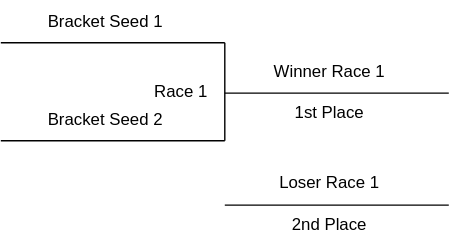
bhall2001/flyballmanager-www keeps this draw.io diagram as static/img/CanAm-championship.drawio.svg. Above is the earlier version. Source tidied: cells renumbered, new cells last; positions are measured from the earlier drawing's top-left corner, leaving out a move shared by most shapes.
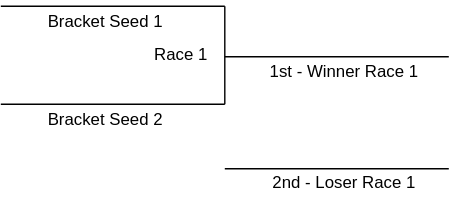
The same diagram one commit later.

The edit, as a diff of the source:
```diff
@@ -3,7 +3,7 @@
     <mxCell id="0" />
     <mxCell id="1" parent="0" />
     <mxCell id="2" style="group;" parent="1" vertex="1">
-      <mxGeometry y="30" width="320" height="70" as="geometry" />
+      <mxGeometry y="4" width="320" height="70" as="geometry" />
     </mxCell>
     <mxCell id="3" style="endArrow=none;html=1;rounded=0;" parent="2" edge="1">
       <mxGeometry relative="1" as="geometry">
@@ -34,18 +34,15 @@
     </mxCell>
     <mxCell id="8" style="endArrow=none;html=1;rounded=0;" parent="1" edge="1">
       <mxGeometry relative="1" as="geometry">
-        <mxPoint x="160" y="146" as="sourcePoint" />
-        <mxPoint x="320" y="146" as="targetPoint" />
+        <mxPoint x="160" y="120" as="sourcePoint" />
+        <mxPoint x="320" y="120" as="targetPoint" />
       </mxGeometry>
     </mxCell>
-    <mxCell id="9" value="2nd Place" style="text;html=1;align=center;verticalAlign=middle;whiteSpace=wrap;rounded=0;" parent="1" vertex="1">
-      <mxGeometry x="190" y="145" width="90" height="30" as="geometry" />
-    </mxCell>
-    <mxCell id="10" value="Loser Race 1" style="text;html=1;align=center;verticalAlign=middle;whiteSpace=wrap;rounded=0;" parent="1" vertex="1">
-      <mxGeometry x="190" y="115" width="90" height="30" as="geometry" />
+    <mxCell id="10" value="2nd - Loser Race 1" style="text;html=1;align=center;verticalAlign=middle;whiteSpace=wrap;rounded=0;" parent="1" vertex="1">
+      <mxGeometry x="190" y="115" width="111" height="30" as="geometry" />
     </mxCell>
-    <mxCell id="11" value="Winner Race 1" style="text;html=1;align=center;verticalAlign=middle;whiteSpace=wrap;rounded=0;" parent="1" vertex="1">
-      <mxGeometry x="190" y="36" width="90" height="30" as="geometry" />
+    <mxCell id="11" value="1st - Winner Race 1" style="text;html=1;align=center;verticalAlign=middle;whiteSpace=wrap;rounded=0;" parent="1" vertex="1">
+      <mxGeometry x="190" y="36" width="111" height="30" as="geometry" />
     </mxCell>
     <mxCell id="12" value="Bracket Seed 1" style="text;html=1;align=center;verticalAlign=middle;whiteSpace=wrap;rounded=0;" parent="1" vertex="1">
       <mxGeometry x="30" width="90" height="30" as="geometry" />
@@ -53,8 +50,5 @@
     <mxCell id="13" value="Bracket Seed 2" style="text;html=1;align=center;verticalAlign=middle;whiteSpace=wrap;rounded=0;" parent="1" vertex="1">
       <mxGeometry x="30" y="70" width="90" height="30" as="geometry" />
     </mxCell>
-    <mxCell id="14" value="1st Place" style="text;html=1;align=center;verticalAlign=middle;whiteSpace=wrap;rounded=0;" parent="1" vertex="1">
-      <mxGeometry x="190" y="65" width="90" height="30" as="geometry" />
-    </mxCell>
   </root>
 </mxGraphModel>
```
